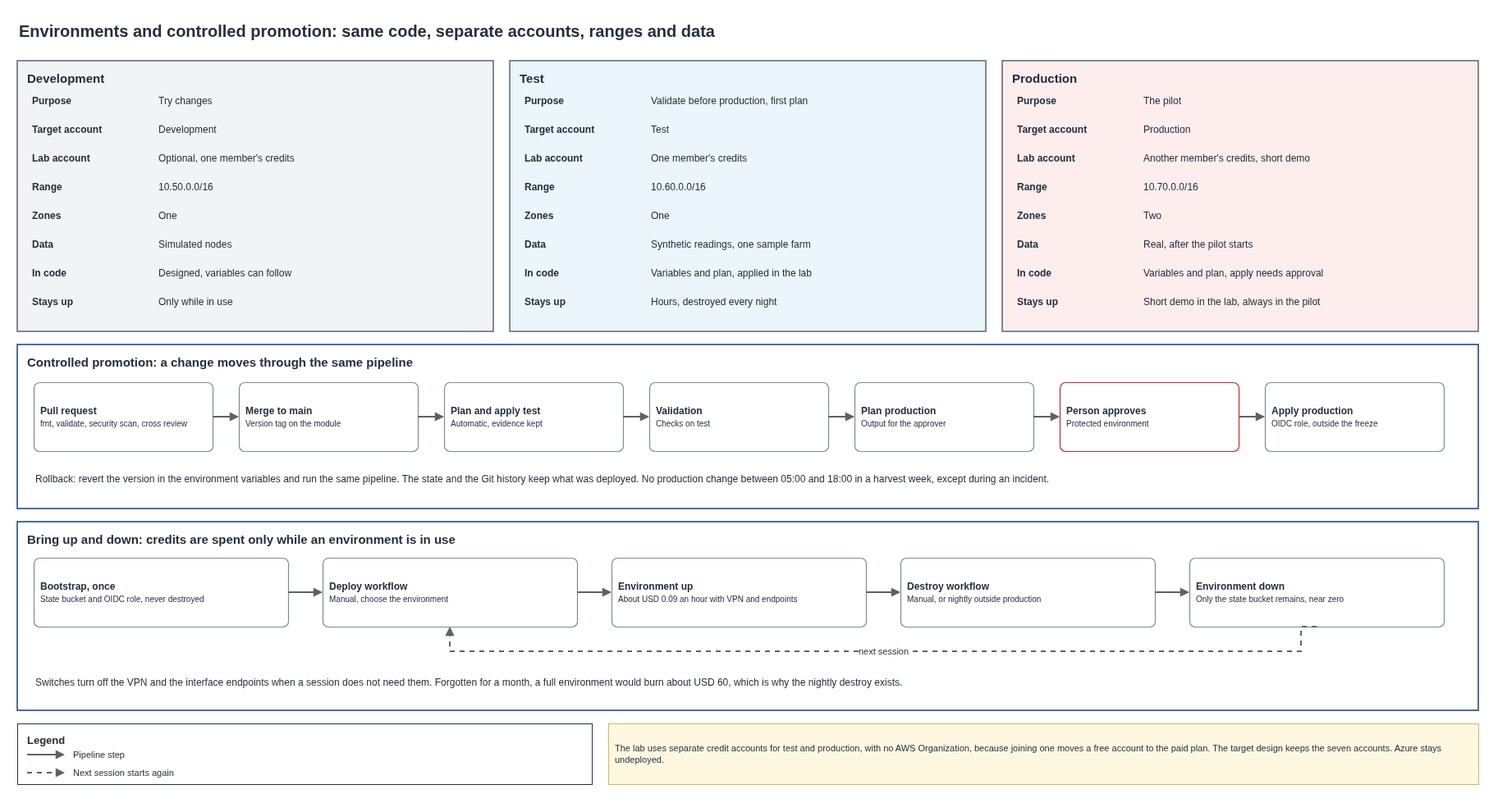
Above: docs/architecture/diagrams/06-environments.drawio.png in aromapacifico-devops/aromapacifico-devops-docs (draw.io), before the change. Source tidied: cells renumbered, new cells last; positions are measured from the earlier drawing's top-left corner, leaving out a move shared by most shapes.
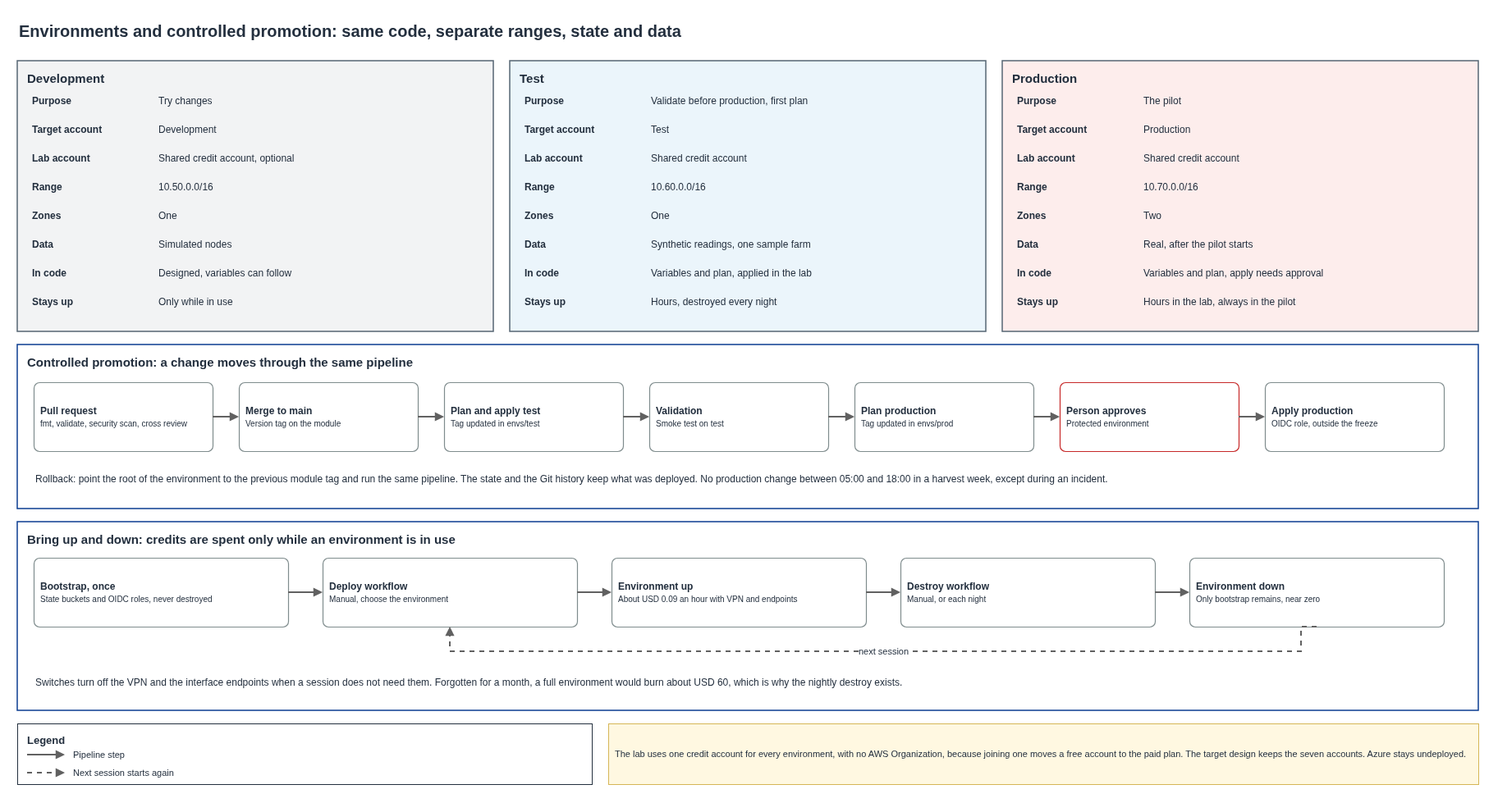
Above is the later version.

Commit message:
docs: update diagrams for one account and nightly destroy

The edit, as a diff of the source:
```diff
@@ -2,7 +2,7 @@
   <root>
     <mxCell id="0" />
     <mxCell id="1" parent="0" />
-    <mxCell id="2" value="Environments and controlled promotion: same code, separate accounts, ranges and data" style="text;html=1;whiteSpace=wrap;strokeColor=none;fillColor=none;align=left;verticalAlign=middle;fontSize=20;fontColor=#232F3E;fontStyle=1;" parent="1" vertex="1">
+    <mxCell id="2" value="Environments and controlled promotion: same code, separate ranges, state and data" style="text;html=1;whiteSpace=wrap;strokeColor=none;fillColor=none;align=left;verticalAlign=middle;fontSize=20;fontColor=#232F3E;fontStyle=1;" parent="1" vertex="1">
       <mxGeometry width="1780" height="34" as="geometry" />
     </mxCell>
     <mxCell id="3" value="Development" style="rounded=0;whiteSpace=wrap;html=1;fillColor=#F2F3F4;strokeColor=#566573;strokeWidth=1.5;dashed=0;verticalAlign=top;align=left;spacingLeft=10;spacingTop=6;fontSize=15;fontStyle=1;fontColor=#232F3E;" parent="1" vertex="1">
@@ -23,7 +23,7 @@
     <mxCell id="8" value="&lt;b&gt;Lab account&lt;/b&gt;" style="text;html=1;whiteSpace=wrap;strokeColor=none;fillColor=none;align=left;verticalAlign=middle;fontSize=12;fontColor=#232F3E;fontStyle=0;" parent="1" vertex="1">
       <mxGeometry x="16" y="158" width="150" height="30" as="geometry" />
     </mxCell>
-    <mxCell id="9" value="Optional, one member's credits" style="text;html=1;whiteSpace=wrap;strokeColor=none;fillColor=none;align=left;verticalAlign=middle;fontSize=12;fontColor=#232F3E;fontStyle=0;" parent="1" vertex="1">
+    <mxCell id="9" value="Shared credit account, optional" style="text;html=1;whiteSpace=wrap;strokeColor=none;fillColor=none;align=left;verticalAlign=middle;fontSize=12;fontColor=#232F3E;fontStyle=0;" parent="1" vertex="1">
       <mxGeometry x="170" y="158" width="400" height="30" as="geometry" />
     </mxCell>
     <mxCell id="10" value="&lt;b&gt;Range&lt;/b&gt;" style="text;html=1;whiteSpace=wrap;strokeColor=none;fillColor=none;align=left;verticalAlign=middle;fontSize=12;fontColor=#232F3E;fontStyle=0;" parent="1" vertex="1">
@@ -74,7 +74,7 @@
     <mxCell id="25" value="&lt;b&gt;Lab account&lt;/b&gt;" style="text;html=1;whiteSpace=wrap;strokeColor=none;fillColor=none;align=left;verticalAlign=middle;fontSize=12;fontColor=#232F3E;fontStyle=0;" parent="1" vertex="1">
       <mxGeometry x="616" y="158" width="150" height="30" as="geometry" />
     </mxCell>
-    <mxCell id="26" value="One member's credits" style="text;html=1;whiteSpace=wrap;strokeColor=none;fillColor=none;align=left;verticalAlign=middle;fontSize=12;fontColor=#232F3E;fontStyle=0;" parent="1" vertex="1">
+    <mxCell id="26" value="Shared credit account" style="text;html=1;whiteSpace=wrap;strokeColor=none;fillColor=none;align=left;verticalAlign=middle;fontSize=12;fontColor=#232F3E;fontStyle=0;" parent="1" vertex="1">
       <mxGeometry x="770" y="158" width="400" height="30" as="geometry" />
     </mxCell>
     <mxCell id="27" value="&lt;b&gt;Range&lt;/b&gt;" style="text;html=1;whiteSpace=wrap;strokeColor=none;fillColor=none;align=left;verticalAlign=middle;fontSize=12;fontColor=#232F3E;fontStyle=0;" parent="1" vertex="1">
@@ -125,7 +125,7 @@
     <mxCell id="42" value="&lt;b&gt;Lab account&lt;/b&gt;" style="text;html=1;whiteSpace=wrap;strokeColor=none;fillColor=none;align=left;verticalAlign=middle;fontSize=12;fontColor=#232F3E;fontStyle=0;" parent="1" vertex="1">
       <mxGeometry x="1216" y="158" width="150" height="30" as="geometry" />
     </mxCell>
-    <mxCell id="43" value="Another member's credits, short demo" style="text;html=1;whiteSpace=wrap;strokeColor=none;fillColor=none;align=left;verticalAlign=middle;fontSize=12;fontColor=#232F3E;fontStyle=0;" parent="1" vertex="1">
+    <mxCell id="43" value="Shared credit account" style="text;html=1;whiteSpace=wrap;strokeColor=none;fillColor=none;align=left;verticalAlign=middle;fontSize=12;fontColor=#232F3E;fontStyle=0;" parent="1" vertex="1">
       <mxGeometry x="1370" y="158" width="400" height="30" as="geometry" />
     </mxCell>
     <mxCell id="44" value="&lt;b&gt;Range&lt;/b&gt;" style="text;html=1;whiteSpace=wrap;strokeColor=none;fillColor=none;align=left;verticalAlign=middle;fontSize=12;fontColor=#232F3E;fontStyle=0;" parent="1" vertex="1">
@@ -155,7 +155,7 @@
     <mxCell id="52" value="&lt;b&gt;Stays up&lt;/b&gt;" style="text;html=1;whiteSpace=wrap;strokeColor=none;fillColor=none;align=left;verticalAlign=middle;fontSize=12;fontColor=#232F3E;fontStyle=0;" parent="1" vertex="1">
       <mxGeometry x="1216" y="333" width="150" height="30" as="geometry" />
     </mxCell>
-    <mxCell id="53" value="Short demo in the lab, always in the pilot" style="text;html=1;whiteSpace=wrap;strokeColor=none;fillColor=none;align=left;verticalAlign=middle;fontSize=12;fontColor=#232F3E;fontStyle=0;" parent="1" vertex="1">
+    <mxCell id="53" value="Hours in the lab, always in the pilot" style="text;html=1;whiteSpace=wrap;strokeColor=none;fillColor=none;align=left;verticalAlign=middle;fontSize=12;fontColor=#232F3E;fontStyle=0;" parent="1" vertex="1">
       <mxGeometry x="1370" y="333" width="400" height="30" as="geometry" />
     </mxCell>
     <mxCell id="54" value="Controlled promotion: a change moves through the same pipeline" style="rounded=0;whiteSpace=wrap;html=1;fillColor=#FFFFFF;strokeColor=#0B3D91;strokeWidth=1.5;dashed=0;verticalAlign=top;align=left;spacingLeft=10;spacingTop=6;fontSize=15;fontStyle=1;fontColor=#232F3E;" parent="1" vertex="1">
@@ -167,13 +167,13 @@
     <mxCell id="56" value="&lt;b&gt;Merge to main&lt;/b&gt;&lt;br&gt;&lt;font style='font-size:10px'&gt;Version tag on the module&lt;/font&gt;" style="rounded=1;arcSize=8;whiteSpace=wrap;html=1;fillColor=#FFFFFF;strokeColor=#7F8C8D;strokeWidth=1.2;dashed=0;align=left;verticalAlign=middle;spacingLeft=6;spacingRight=3;fontSize=12;fontColor=#232F3E;" parent="1" vertex="1">
       <mxGeometry x="270" y="446" width="218" height="84" as="geometry" />
     </mxCell>
-    <mxCell id="57" value="&lt;b&gt;Plan and apply test&lt;/b&gt;&lt;br&gt;&lt;font style='font-size:10px'&gt;Automatic, evidence kept&lt;/font&gt;" style="rounded=1;arcSize=8;whiteSpace=wrap;html=1;fillColor=#FFFFFF;strokeColor=#7F8C8D;strokeWidth=1.2;dashed=0;align=left;verticalAlign=middle;spacingLeft=6;spacingRight=3;fontSize=12;fontColor=#232F3E;" parent="1" vertex="1">
+    <mxCell id="57" value="&lt;b&gt;Plan and apply test&lt;/b&gt;&lt;br&gt;&lt;font style='font-size:10px'&gt;Tag updated in envs/test&lt;/font&gt;" style="rounded=1;arcSize=8;whiteSpace=wrap;html=1;fillColor=#FFFFFF;strokeColor=#7F8C8D;strokeWidth=1.2;dashed=0;align=left;verticalAlign=middle;spacingLeft=6;spacingRight=3;fontSize=12;fontColor=#232F3E;" parent="1" vertex="1">
       <mxGeometry x="520" y="446" width="218" height="84" as="geometry" />
     </mxCell>
-    <mxCell id="58" value="&lt;b&gt;Validation&lt;/b&gt;&lt;br&gt;&lt;font style='font-size:10px'&gt;Checks on test&lt;/font&gt;" style="rounded=1;arcSize=8;whiteSpace=wrap;html=1;fillColor=#FFFFFF;strokeColor=#7F8C8D;strokeWidth=1.2;dashed=0;align=left;verticalAlign=middle;spacingLeft=6;spacingRight=3;fontSize=12;fontColor=#232F3E;" parent="1" vertex="1">
+    <mxCell id="58" value="&lt;b&gt;Validation&lt;/b&gt;&lt;br&gt;&lt;font style='font-size:10px'&gt;Smoke test on test&lt;/font&gt;" style="rounded=1;arcSize=8;whiteSpace=wrap;html=1;fillColor=#FFFFFF;strokeColor=#7F8C8D;strokeWidth=1.2;dashed=0;align=left;verticalAlign=middle;spacingLeft=6;spacingRight=3;fontSize=12;fontColor=#232F3E;" parent="1" vertex="1">
       <mxGeometry x="770" y="446" width="218" height="84" as="geometry" />
     </mxCell>
-    <mxCell id="59" value="&lt;b&gt;Plan production&lt;/b&gt;&lt;br&gt;&lt;font style='font-size:10px'&gt;Output for the approver&lt;/font&gt;" style="rounded=1;arcSize=8;whiteSpace=wrap;html=1;fillColor=#FFFFFF;strokeColor=#7F8C8D;strokeWidth=1.2;dashed=0;align=left;verticalAlign=middle;spacingLeft=6;spacingRight=3;fontSize=12;fontColor=#232F3E;" parent="1" vertex="1">
+    <mxCell id="59" value="&lt;b&gt;Plan production&lt;/b&gt;&lt;br&gt;&lt;font style='font-size:10px'&gt;Tag updated in envs/prod&lt;/font&gt;" style="rounded=1;arcSize=8;whiteSpace=wrap;html=1;fillColor=#FFFFFF;strokeColor=#7F8C8D;strokeWidth=1.2;dashed=0;align=left;verticalAlign=middle;spacingLeft=6;spacingRight=3;fontSize=12;fontColor=#232F3E;" parent="1" vertex="1">
       <mxGeometry x="1020" y="446" width="218" height="84" as="geometry" />
     </mxCell>
     <mxCell id="60" value="&lt;b&gt;Person approves&lt;/b&gt;&lt;br&gt;&lt;font style='font-size:10px'&gt;Protected environment&lt;/font&gt;" style="rounded=1;arcSize=8;whiteSpace=wrap;html=1;fillColor=#FFFFFF;strokeColor=#C62828;strokeWidth=1.2;dashed=0;align=left;verticalAlign=middle;spacingLeft=6;spacingRight=3;fontSize=12;fontColor=#232F3E;" parent="1" vertex="1">
@@ -182,13 +182,13 @@
     <mxCell id="61" value="&lt;b&gt;Apply production&lt;/b&gt;&lt;br&gt;&lt;font style='font-size:10px'&gt;OIDC role, outside the freeze&lt;/font&gt;" style="rounded=1;arcSize=8;whiteSpace=wrap;html=1;fillColor=#FFFFFF;strokeColor=#7F8C8D;strokeWidth=1.2;dashed=0;align=left;verticalAlign=middle;spacingLeft=6;spacingRight=3;fontSize=12;fontColor=#232F3E;" parent="1" vertex="1">
       <mxGeometry x="1520" y="446" width="218" height="84" as="geometry" />
     </mxCell>
-    <mxCell id="62" value="Rollback: revert the version in the environment variables and run the same pipeline. The state and the Git history keep what was deployed. No production change between 05:00 and 18:00 in a harvest week, except during an incident." style="text;html=1;whiteSpace=wrap;strokeColor=none;fillColor=none;align=left;verticalAlign=middle;fontSize=12;fontColor=#232F3E;fontStyle=0;" parent="1" vertex="1">
+    <mxCell id="62" value="Rollback: point the root of the environment to the previous module tag and run the same pipeline. The state and the Git history keep what was deployed. No production change between 05:00 and 18:00 in a harvest week, except during an incident." style="text;html=1;whiteSpace=wrap;strokeColor=none;fillColor=none;align=left;verticalAlign=middle;fontSize=12;fontColor=#232F3E;fontStyle=0;" parent="1" vertex="1">
       <mxGeometry x="20" y="544" width="1740" height="40" as="geometry" />
     </mxCell>
     <mxCell id="63" value="Bring up and down: credits are spent only while an environment is in use" style="rounded=0;whiteSpace=wrap;html=1;fillColor=#FFFFFF;strokeColor=#0B3D91;strokeWidth=1.5;dashed=0;verticalAlign=top;align=left;spacingLeft=10;spacingTop=6;fontSize=15;fontStyle=1;fontColor=#232F3E;" parent="1" vertex="1">
       <mxGeometry y="616" width="1780" height="230" as="geometry" />
     </mxCell>
-    <mxCell id="64" value="&lt;b&gt;Bootstrap, once&lt;/b&gt;&lt;br&gt;&lt;font style='font-size:10px'&gt;State bucket and OIDC role, never destroyed&lt;/font&gt;" style="rounded=1;arcSize=8;whiteSpace=wrap;html=1;fillColor=#FFFFFF;strokeColor=#7F8C8D;strokeWidth=1.2;dashed=0;align=left;verticalAlign=middle;spacingLeft=6;spacingRight=3;fontSize=12;fontColor=#232F3E;" parent="1" vertex="1">
+    <mxCell id="64" value="&lt;b&gt;Bootstrap, once&lt;/b&gt;&lt;br&gt;&lt;font style='font-size:10px'&gt;State buckets and OIDC roles, never destroyed&lt;/font&gt;" style="rounded=1;arcSize=8;whiteSpace=wrap;html=1;fillColor=#FFFFFF;strokeColor=#7F8C8D;strokeWidth=1.2;dashed=0;align=left;verticalAlign=middle;spacingLeft=6;spacingRight=3;fontSize=12;fontColor=#232F3E;" parent="1" vertex="1">
       <mxGeometry x="20" y="660" width="310" height="84" as="geometry" />
     </mxCell>
     <mxCell id="65" value="&lt;b&gt;Deploy workflow&lt;/b&gt;&lt;br&gt;&lt;font style='font-size:10px'&gt;Manual, choose the environment&lt;/font&gt;" style="rounded=1;arcSize=8;whiteSpace=wrap;html=1;fillColor=#FFFFFF;strokeColor=#7F8C8D;strokeWidth=1.2;dashed=0;align=left;verticalAlign=middle;spacingLeft=6;spacingRight=3;fontSize=12;fontColor=#232F3E;" parent="1" vertex="1">
@@ -197,10 +197,10 @@
     <mxCell id="66" value="&lt;b&gt;Environment up&lt;/b&gt;&lt;br&gt;&lt;font style='font-size:10px'&gt;About USD 0.09 an hour with VPN and endpoints&lt;/font&gt;" style="rounded=1;arcSize=8;whiteSpace=wrap;html=1;fillColor=#FFFFFF;strokeColor=#7F8C8D;strokeWidth=1.2;dashed=0;align=left;verticalAlign=middle;spacingLeft=6;spacingRight=3;fontSize=12;fontColor=#232F3E;" parent="1" vertex="1">
       <mxGeometry x="724" y="660" width="310" height="84" as="geometry" />
     </mxCell>
-    <mxCell id="67" value="&lt;b&gt;Destroy workflow&lt;/b&gt;&lt;br&gt;&lt;font style='font-size:10px'&gt;Manual, or nightly outside production&lt;/font&gt;" style="rounded=1;arcSize=8;whiteSpace=wrap;html=1;fillColor=#FFFFFF;strokeColor=#7F8C8D;strokeWidth=1.2;dashed=0;align=left;verticalAlign=middle;spacingLeft=6;spacingRight=3;fontSize=12;fontColor=#232F3E;" parent="1" vertex="1">
+    <mxCell id="67" value="&lt;b&gt;Destroy workflow&lt;/b&gt;&lt;br&gt;&lt;font style='font-size:10px'&gt;Manual, or each night&lt;/font&gt;" style="rounded=1;arcSize=8;whiteSpace=wrap;html=1;fillColor=#FFFFFF;strokeColor=#7F8C8D;strokeWidth=1.2;dashed=0;align=left;verticalAlign=middle;spacingLeft=6;spacingRight=3;fontSize=12;fontColor=#232F3E;" parent="1" vertex="1">
       <mxGeometry x="1076" y="660" width="310" height="84" as="geometry" />
     </mxCell>
-    <mxCell id="68" value="&lt;b&gt;Environment down&lt;/b&gt;&lt;br&gt;&lt;font style='font-size:10px'&gt;Only the state bucket remains, near zero&lt;/font&gt;" style="rounded=1;arcSize=8;whiteSpace=wrap;html=1;fillColor=#FFFFFF;strokeColor=#7F8C8D;strokeWidth=1.2;dashed=0;align=left;verticalAlign=middle;spacingLeft=6;spacingRight=3;fontSize=12;fontColor=#232F3E;" parent="1" vertex="1">
+    <mxCell id="68" value="&lt;b&gt;Environment down&lt;/b&gt;&lt;br&gt;&lt;font style='font-size:10px'&gt;Only bootstrap remains, near zero&lt;/font&gt;" style="rounded=1;arcSize=8;whiteSpace=wrap;html=1;fillColor=#FFFFFF;strokeColor=#7F8C8D;strokeWidth=1.2;dashed=0;align=left;verticalAlign=middle;spacingLeft=6;spacingRight=3;fontSize=12;fontColor=#232F3E;" parent="1" vertex="1">
       <mxGeometry x="1428" y="660" width="310" height="84" as="geometry" />
     </mxCell>
     <mxCell id="69" value="Switches turn off the VPN and the interface endpoints when a session does not need them. Forgotten for a month, a full environment would burn about USD 60, which is why the nightly destroy exists." style="text;html=1;whiteSpace=wrap;strokeColor=none;fillColor=none;align=left;verticalAlign=middle;fontSize=12;fontColor=#232F3E;fontStyle=0;" parent="1" vertex="1">
@@ -215,7 +215,7 @@
     <mxCell id="72" value="Next session starts again" style="text;html=1;whiteSpace=wrap;strokeColor=none;fillColor=none;align=left;verticalAlign=middle;fontSize=11;fontColor=#232F3E;fontStyle=0;" parent="1" vertex="1">
       <mxGeometry x="66" y="912" width="626" height="20" as="geometry" />
     </mxCell>
-    <mxCell id="73" value="The lab uses separate credit accounts for test and production, with no AWS Organization, because joining one moves a free account to the paid plan. The target design keeps the seven accounts. Azure stays undeployed." style="rounded=0;whiteSpace=wrap;html=1;fillColor=#FFF8E1;strokeColor=#D6B656;align=left;verticalAlign=middle;spacingLeft=6;spacingRight=6;fontSize=11;fontColor=#232F3E;" parent="1" vertex="1">
+    <mxCell id="73" value="The lab uses one credit account for every environment, with no AWS Organization, because joining one moves a free account to the paid plan. The target design keeps the seven accounts. Azure stays undeployed." style="rounded=0;whiteSpace=wrap;html=1;fillColor=#FFF8E1;strokeColor=#D6B656;align=left;verticalAlign=middle;spacingLeft=6;spacingRight=6;fontSize=11;fontColor=#232F3E;" parent="1" vertex="1">
       <mxGeometry x="720" y="862" width="1060" height="74" as="geometry" />
     </mxCell>
     <mxCell id="74" style="edgeStyle=orthogonalEdgeStyle;rounded=0;html=1;strokeColor=#616161;strokeWidth=2;dashed=0;endArrow=block;endFill=1;fontSize=11;fontColor=#232F3E;labelBackgroundColor=#FFFFFF;jumpStyle=arc;jumpSize=10;" parent="1" edge="1" source="55" target="56">
```
